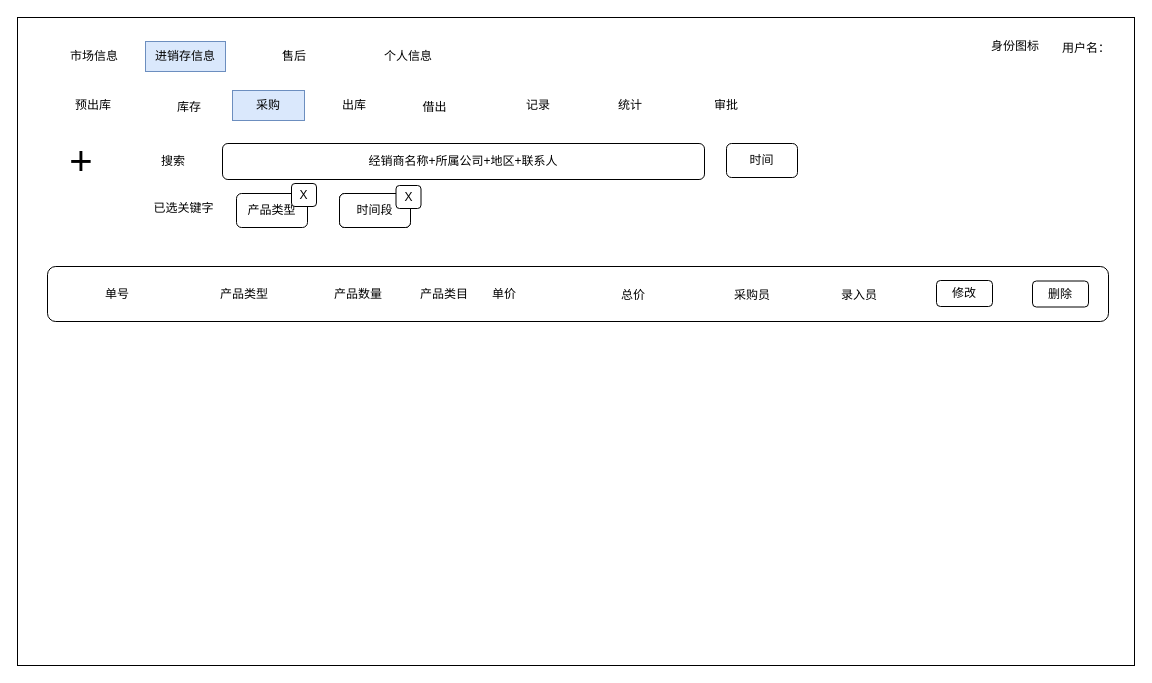
This is page "采购" (3 of 8) of 泰加进销存.drawio from cangwang/news, a draw.io file, before an edit. Source tidied: cells renumbered, new cells numbered last; positions are measured from the earlier drawing's top-left corner, leaving out a move shared by most shapes. Both pictures are drawn from the tidied source at 100%, with x=0, y=0 at pixel (17, 17).
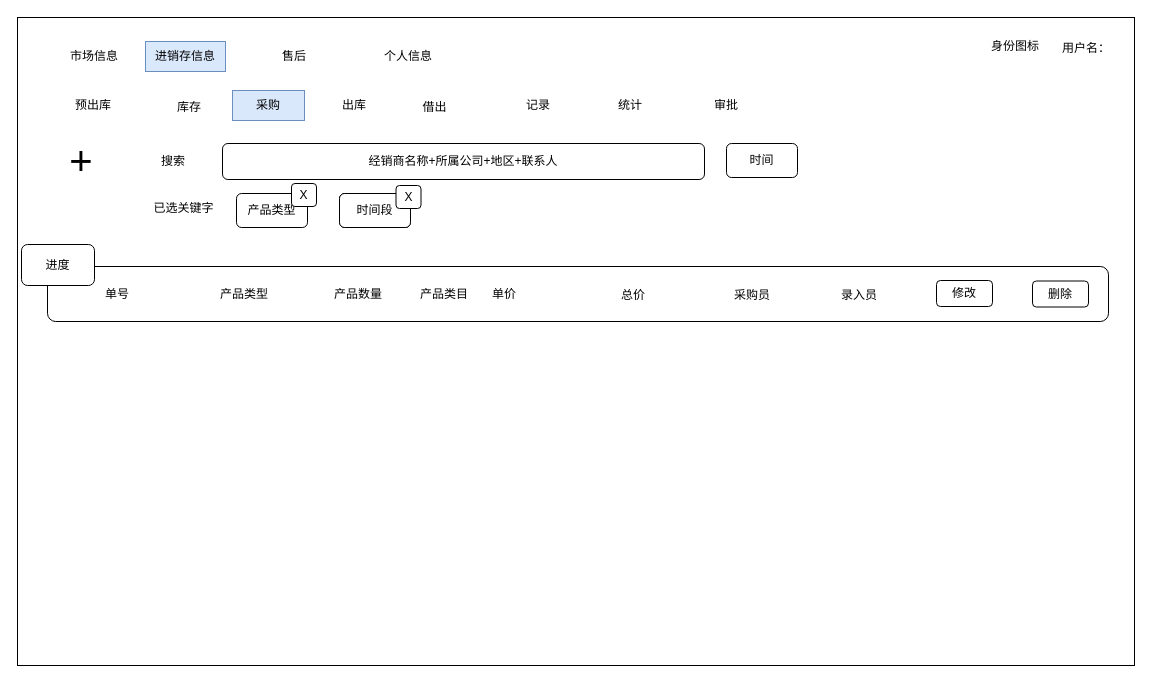
Above is the later version.

What changed in the source:
```diff
@@
+    <mxCell id="38" value="进度" style="rounded=1;whiteSpace=wrap;html=1;" parent="1" vertex="1">
+      <mxGeometry x="4" y="227" width="73" height="41" as="geometry" />
+    </mxCell>
```
